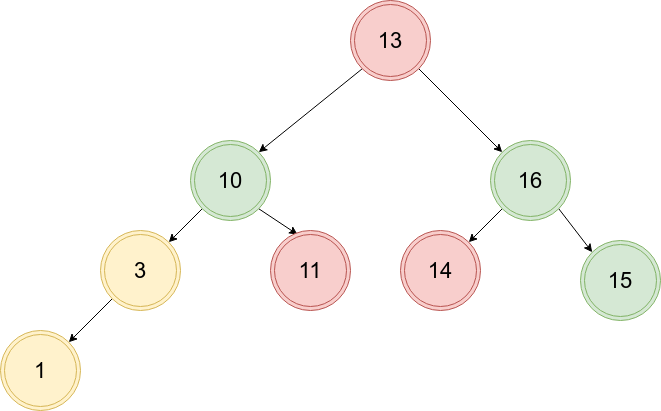
The draw.io diagram algrithem/order_table/sb_rl_左旋.drawio.png in muxicode/c153080686, before a commit. Source tidied: cells renumbered, new cells last; positions are measured from the earlier drawing's top-left corner, leaving out a move shared by most shapes.
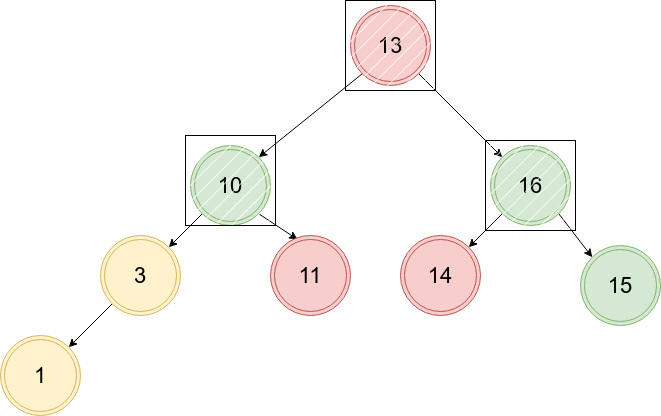
Later version of the same file.

Change to the diagram source:
```diff
@@ -47,5 +47,14 @@
     <mxCell id="16" value="&lt;font style=&quot;font-size: 22px;&quot;&gt;11&lt;/font&gt;" style="ellipse;shape=doubleEllipse;whiteSpace=wrap;html=1;fillColor=#f8cecc;strokeColor=#b85450;" parent="1" vertex="1">
       <mxGeometry x="270" y="230" width="80" height="80" as="geometry" />
     </mxCell>
+    <mxCell id="17" style="rounded=0;whiteSpace=wrap;html=1;fillStyle=hatch;" parent="1" vertex="1">
+      <mxGeometry x="345" y="-5" width="90" height="90" as="geometry" />
+    </mxCell>
+    <mxCell id="18" style="rounded=0;whiteSpace=wrap;html=1;fillStyle=hatch;" parent="1" vertex="1">
+      <mxGeometry x="185" y="130" width="90" height="90" as="geometry" />
+    </mxCell>
+    <mxCell id="19" style="rounded=0;whiteSpace=wrap;html=1;fillStyle=hatch;" parent="1" vertex="1">
+      <mxGeometry x="485" y="135" width="90" height="90" as="geometry" />
+    </mxCell>
   </root>
 </mxGraphModel>
```
